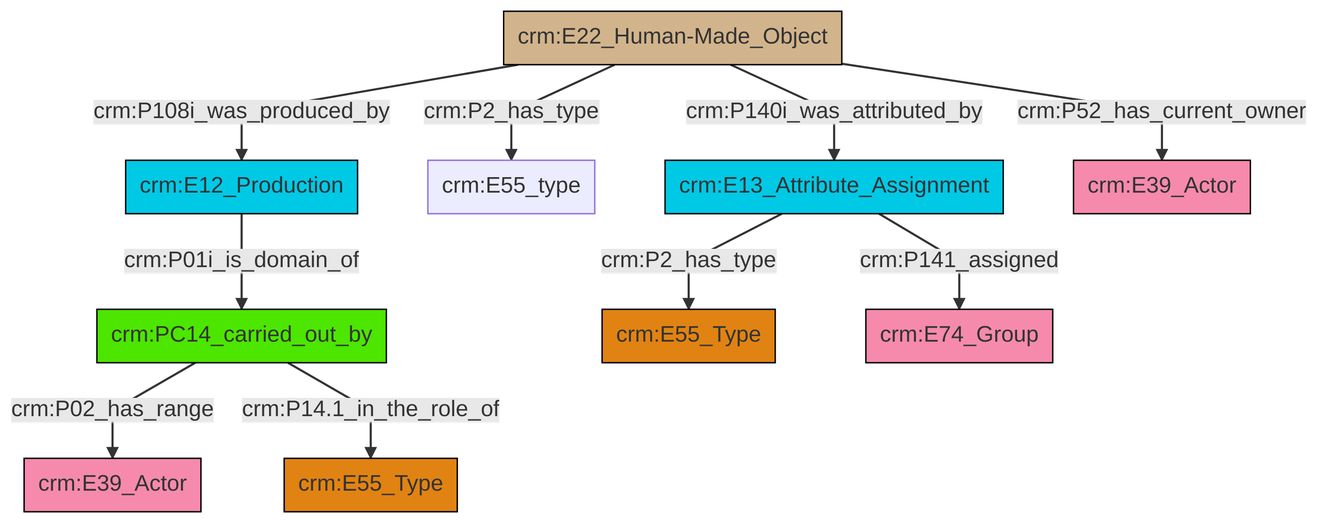
This is et/builtWorkCSV/ttl/mmd/png/Built_Work_actor_relations.png from swiss-art-research-net/reference-data-models, a Mermaid export, as it was before one commit. Its source is kept beside it as et/builtWorkCSV/ttl/mmd/Built_Work_actor_relations.ttl.mmd.
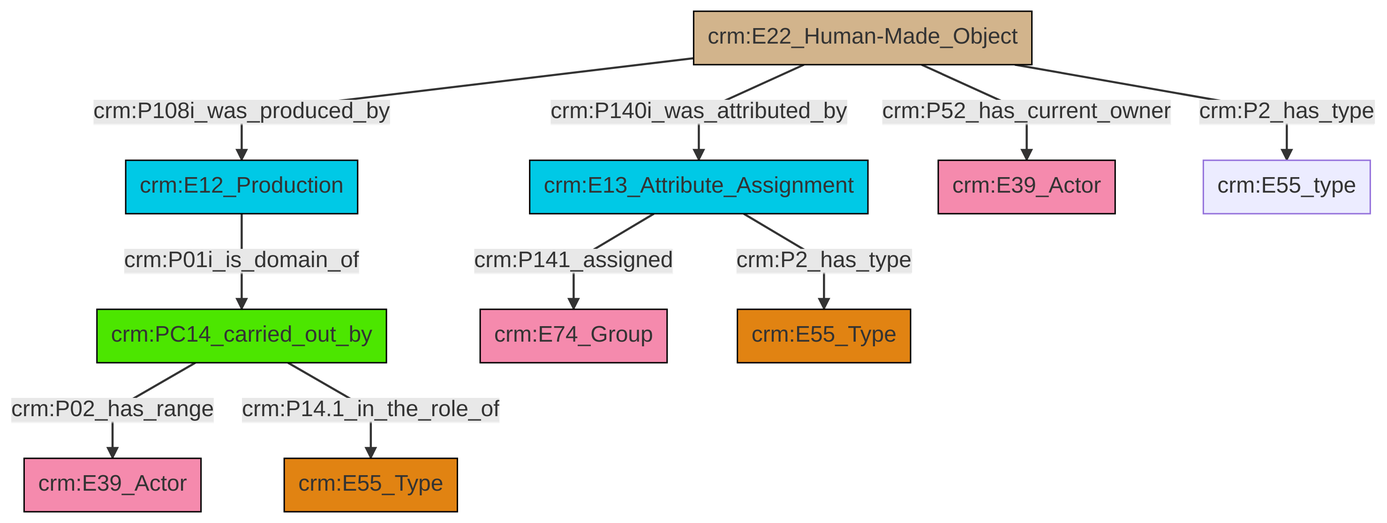
After the change.

Diff of the diagram source:
```diff
@@ -13,12 +13,12 @@
 classDef PC_Classes fill:#4ce600, stroke:#000000;
 classDef Multi fill:#cccccc,stroke:#000000;
 
-4["crm:E22_Human-Made_Object"]:::Physical_Thing -->|crm:P2_has_type| 5["crm:E55_type"]:::Default
-13["crm:E13_Attribute_Assignment"]:::Temporal_Entity -->|crm:P2_has_type| 11["crm:E55_Type"]:::Type
-9["crm:PC14_carried_out_by"]:::PC_Classes -->|crm:P02_has_range| 6["crm:E39_Actor"]:::Actor
-4["crm:E22_Human-Made_Object"]:::Physical_Thing -->|crm:P52_has_current_owner| 14["crm:E39_Actor"]:::Actor
-2["crm:E12_Production"]:::Temporal_Entity -->|crm:P01i_is_domain_of| 9["crm:PC14_carried_out_by"]:::PC_Classes
-9["crm:PC14_carried_out_by"]:::PC_Classes -->|crm:P14.1_in_the_role_of| 0["crm:E55_Type"]:::Type
-4["crm:E22_Human-Made_Object"]:::Physical_Thing -->|crm:P108i_was_produced_by| 2["crm:E12_Production"]:::Temporal_Entity
-13["crm:E13_Attribute_Assignment"]:::Temporal_Entity -->|crm:P141_assigned| 17["crm:E74_Group"]:::Actor
-4["crm:E22_Human-Made_Object"]:::Physical_Thing -->|crm:P140i_was_attributed_by| 13["crm:E13_Attribute_Assignment"]:::Temporal_Entity
+0["crm:E12_Production"]:::Temporal_Entity -->|crm:P01i_is_domain_of| 1["crm:PC14_carried_out_by"]:::PC_Classes
+2["crm:E13_Attribute_Assignment"]:::Temporal_Entity -->|crm:P141_assigned| 3["crm:E74_Group"]:::Actor
+10["crm:E22_Human-Made_Object"]:::Physical_Thing -->|crm:P140i_was_attributed_by| 2["crm:E13_Attribute_Assignment"]:::Temporal_Entity
+2["crm:E13_Attribute_Assignment"]:::Temporal_Entity -->|crm:P2_has_type| 7["crm:E55_Type"]:::Type
+1["crm:PC14_carried_out_by"]:::PC_Classes -->|crm:P02_has_range| 12["crm:E39_Actor"]:::Actor
+10["crm:E22_Human-Made_Object"]:::Physical_Thing -->|crm:P2_has_type| 17["crm:E55_type"]:::Default
+10["crm:E22_Human-Made_Object"]:::Physical_Thing -->|crm:P52_has_current_owner| 5["crm:E39_Actor"]:::Actor
+1["crm:PC14_carried_out_by"]:::PC_Classes -->|crm:P14.1_in_the_role_of| 18["crm:E55_Type"]:::Type
+10["crm:E22_Human-Made_Object"]:::Physical_Thing -->|crm:P108i_was_produced_by| 0["crm:E12_Production"]:::Temporal_Entity
```
